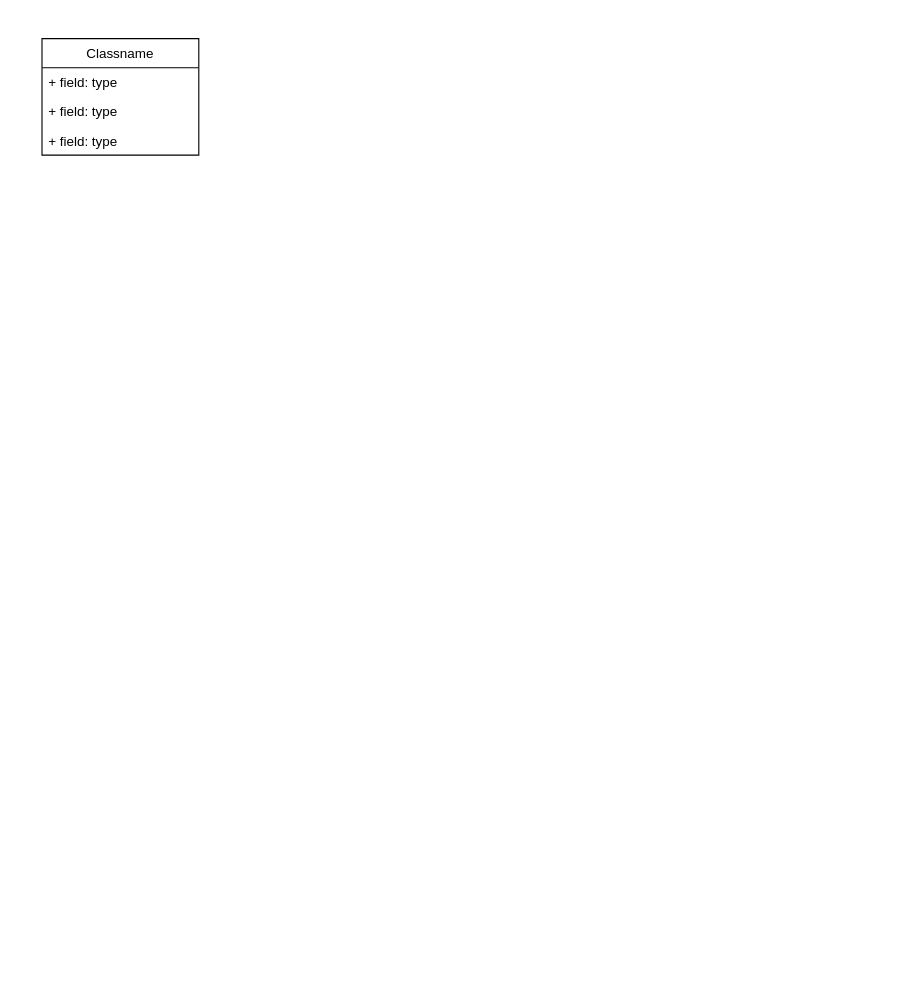
Above: Untitled Diagram.drawio in laautarolopez/grupo9-tpintegrador (draw.io), before the change. Source tidied: cells renumbered, new cells numbered last; positions are measured from the earlier drawing's top-left corner, leaving out a move shared by most shapes. Both pictures are drawn from the tidied source at 112%, with x=0, y=0 at pixel (41, 38).
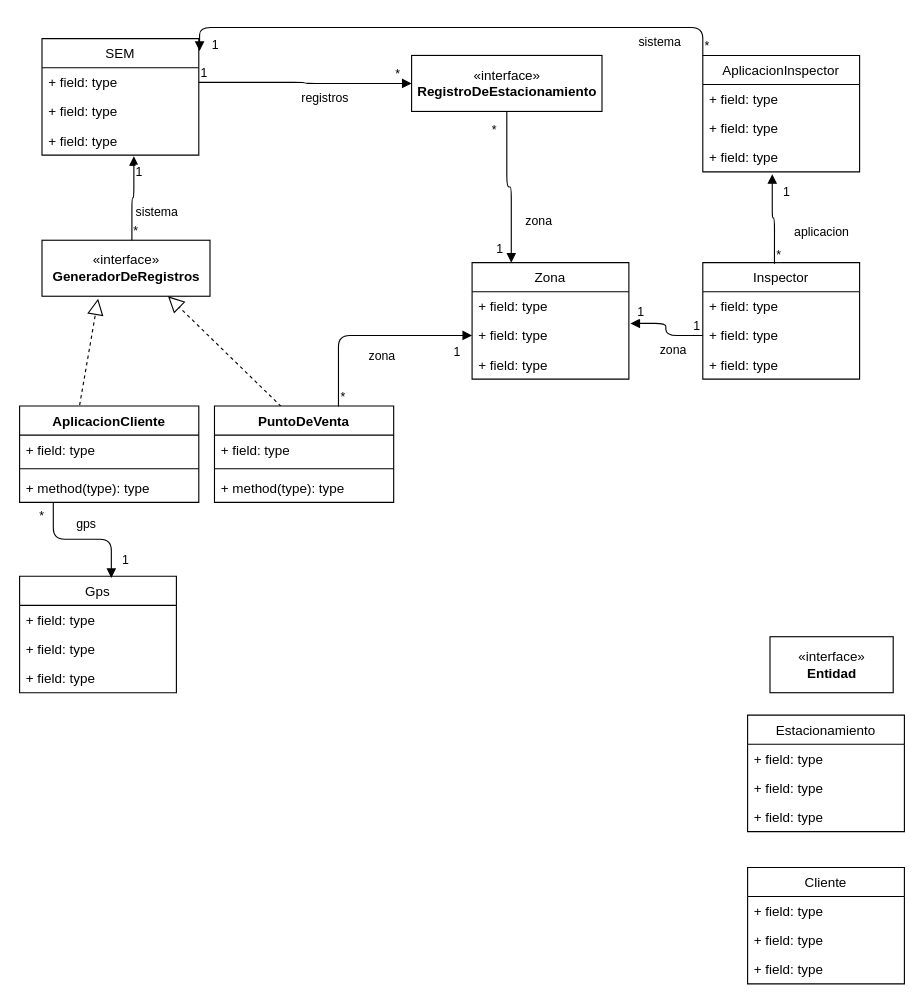
The same diagram, later.

The change refers to these unchanged cells:
```xml
<mxCell id="3" value="+ field: type" style="text;strokeColor=none;fillColor=none;align=left;verticalAlign=top;spacingLeft=4;spacingRight=4;overflow=hidden;points=[[0,0.5],[1,0.5]];portConstraint=eastwest;" parent="2" vertex="1">
  <mxGeometry y="26" width="140" height="26" as="geometry" />
</mxCell>
<mxCell id="5" value="+ field: type" style="text;strokeColor=none;fillColor=none;align=left;verticalAlign=top;spacingLeft=4;spacingRight=4;overflow=hidden;points=[[0,0.5],[1,0.5]];portConstraint=eastwest;" parent="2" vertex="1">
  <mxGeometry y="78" width="140" height="26" as="geometry" />
</mxCell>
```

Diff of the diagram source:
```diff
@@
-    <mxCell id="2" value="Classname" style="swimlane;fontStyle=0;horizontal=1;startSize=26;fillColor=none;" parent="1" vertex="1">
+    <mxCell id="2" value="SEM" style="swimlane;fontStyle=0;horizontal=1;startSize=26;fillColor=none;" parent="1" vertex="1">
       <mxGeometry width="140" height="104" as="geometry" />
     </mxCell>
@@
+    <mxCell id="6" value="«interface»&lt;br&gt;&lt;b&gt;RegistroDeEstacionamiento&lt;/b&gt;" style="html=1;" parent="1" vertex="1">
+      <mxGeometry x="330" y="15" width="170" height="50" as="geometry" />
+    </mxCell>
+    <mxCell id="7" value="registros" style="endArrow=block;endFill=1;html=1;edgeStyle=orthogonalEdgeStyle;align=left;verticalAlign=top;entryX=0;entryY=0.5;entryDx=0;entryDy=0;exitX=1;exitY=0.5;exitDx=0;exitDy=0;" parent="1" edge="1" source="3" target="6">
+      <mxGeometry x="0.01" y="-5" relative="1" as="geometry">
+        <mxPoint x="-5" y="-5" as="offset" />
+      </mxGeometry>
+    </mxCell>
+    <mxCell id="8" value="1" style="edgeLabel;html=1;align=left;verticalAlign=bottom;" parent="7" vertex="1">
+      <mxGeometry x="-1" relative="1" as="geometry" />
+    </mxCell>
+    <mxCell id="9" value="*" style="edgeLabel;html=1;align=left;verticalAlign=bottom;" parent="1" vertex="1">
+      <mxGeometry x="314" y="40" as="geometry" />
+    </mxCell>
+    <mxCell id="10" value="«interface»&lt;br&gt;&lt;b&gt;GeneradorDeRegistros&lt;/b&gt;" style="html=1;" parent="1" vertex="1">
+      <mxGeometry y="180" width="150" height="50" as="geometry" />
+    </mxCell>
+    <mxCell id="11" value="sistema" style="endArrow=block;endFill=1;html=1;edgeStyle=orthogonalEdgeStyle;align=left;verticalAlign=top;exitX=0.535;exitY=0;exitDx=0;exitDy=0;exitPerimeter=0;entryX=0.586;entryY=1.038;entryDx=0;entryDy=0;entryPerimeter=0;" parent="1" edge="1" source="10" target="5">
+      <mxGeometry x="0.04" relative="1" as="geometry" />
+    </mxCell>
+    <mxCell id="12" value="*" style="edgeLabel;html=1;align=left;verticalAlign=bottom;" parent="11" vertex="1">
+      <mxGeometry x="-1" relative="1" as="geometry" />
+    </mxCell>
+    <mxCell id="13" value="1" style="edgeLabel;html=1;align=left;verticalAlign=bottom;" parent="1" vertex="1">
+      <mxGeometry x="90.2" y="200" as="geometry">
+        <mxPoint x="-8" y="-73" as="offset" />
+      </mxGeometry>
+    </mxCell>
+    <mxCell id="14" style="endArrow=block;dashed=1;endFill=0;endSize=12;html=1;entryX=0.75;entryY=1;entryDx=0;entryDy=0;exitX=0.372;exitY=0.005;exitDx=0;exitDy=0;exitPerimeter=0;" parent="1" edge="1" source="20" target="10">
+      <mxGeometry relative="1" as="geometry" />
+    </mxCell>
+    <mxCell id="15" style="endArrow=block;dashed=1;endFill=0;endSize=12;html=1;exitX=0.335;exitY=-0.009;exitDx=0;exitDy=0;exitPerimeter=0;entryX=0.334;entryY=1.044;entryDx=0;entryDy=0;entryPerimeter=0;" parent="1" edge="1" source="16" target="10">
+      <mxGeometry relative="1" as="geometry" />
+    </mxCell>
+    <mxCell id="16" value="AplicacionCliente" style="swimlane;fontStyle=1;align=center;verticalAlign=top;horizontal=1;startSize=26;" parent="1" vertex="1">
+      <mxGeometry x="-20" y="328" width="160" height="86" as="geometry" />
+    </mxCell>
+    <mxCell id="17" value="+ field: type" style="text;strokeColor=none;fillColor=none;align=left;verticalAlign=top;spacingLeft=4;spacingRight=4;overflow=hidden;" parent="16" vertex="1">
+      <mxGeometry y="26" width="160" height="26" as="geometry" />
+    </mxCell>
+    <mxCell id="18" style="line;strokeWidth=1;fillColor=none;align=left;verticalAlign=middle;spacingTop=-1;spacingLeft=3;spacingRight=3;labelPosition=right;" parent="16" vertex="1">
+      <mxGeometry y="52" width="160" height="8" as="geometry" />
+    </mxCell>
+    <mxCell id="19" value="+ method(type): type" style="text;strokeColor=none;fillColor=none;align=left;verticalAlign=top;spacingLeft=4;spacingRight=4;overflow=hidden;points=[[0,0.5],[1,0.5]];portConstraint=eastwest;" parent="16" vertex="1">
+      <mxGeometry y="60" width="160" height="26" as="geometry" />
+    </mxCell>
+    <mxCell id="20" value="PuntoDeVenta" style="swimlane;fontStyle=1;align=center;verticalAlign=top;horizontal=1;startSize=26;" parent="1" vertex="1">
+      <mxGeometry x="154" y="328" width="160" height="86" as="geometry" />
+    </mxCell>
+    <mxCell id="21" value="+ field: type" style="text;strokeColor=none;fillColor=none;align=left;verticalAlign=top;spacingLeft=4;spacingRight=4;overflow=hidden;" parent="20" vertex="1">
+      <mxGeometry y="26" width="160" height="26" as="geometry" />
+    </mxCell>
+    <mxCell id="22" style="line;strokeWidth=1;fillColor=none;align=left;verticalAlign=middle;spacingTop=-1;spacingLeft=3;spacingRight=3;labelPosition=right;" parent="20" vertex="1">
+      <mxGeometry y="52" width="160" height="8" as="geometry" />
+    </mxCell>
+    <mxCell id="23" value="+ method(type): type" style="text;strokeColor=none;fillColor=none;align=left;verticalAlign=top;spacingLeft=4;spacingRight=4;overflow=hidden;" parent="20" vertex="1">
+      <mxGeometry y="60" width="160" height="26" as="geometry" />
+    </mxCell>
+    <mxCell id="24" value="Zona" style="swimlane;fontStyle=0;horizontal=1;startSize=26;fillColor=none;" parent="1" vertex="1">
+      <mxGeometry x="384" y="200" width="140" height="104" as="geometry" />
+    </mxCell>
+    <mxCell id="25" value="+ field: type" style="text;strokeColor=none;fillColor=none;align=left;verticalAlign=top;spacingLeft=4;spacingRight=4;overflow=hidden;" parent="24" vertex="1">
+      <mxGeometry y="26" width="140" height="26" as="geometry" />
+    </mxCell>
+    <mxCell id="26" value="+ field: type" style="text;strokeColor=none;fillColor=none;align=left;verticalAlign=top;spacingLeft=4;spacingRight=4;overflow=hidden;points=[[0,0.5],[1,0.5]];portConstraint=eastwest;" parent="24" vertex="1">
+      <mxGeometry y="52" width="140" height="26" as="geometry" />
+    </mxCell>
+    <mxCell id="27" value="+ field: type" style="text;strokeColor=none;fillColor=none;align=left;verticalAlign=top;spacingLeft=4;spacingRight=4;overflow=hidden;" parent="24" vertex="1">
+      <mxGeometry y="78" width="140" height="26" as="geometry" />
+    </mxCell>
+    <mxCell id="28" value="Gps" style="swimlane;fontStyle=0;horizontal=1;startSize=26;fillColor=none;" parent="1" vertex="1">
+      <mxGeometry x="-20" y="480" width="140" height="104" as="geometry" />
+    </mxCell>
+    <mxCell id="29" value="+ field: type" style="text;strokeColor=none;fillColor=none;align=left;verticalAlign=top;spacingLeft=4;spacingRight=4;overflow=hidden;" parent="28" vertex="1">
+      <mxGeometry y="26" width="140" height="26" as="geometry" />
+    </mxCell>
+    <mxCell id="30" value="+ field: type" style="text;strokeColor=none;fillColor=none;align=left;verticalAlign=top;spacingLeft=4;spacingRight=4;overflow=hidden;" parent="28" vertex="1">
+      <mxGeometry y="52" width="140" height="26" as="geometry" />
+    </mxCell>
+    <mxCell id="31" value="+ field: type" style="text;strokeColor=none;fillColor=none;align=left;verticalAlign=top;spacingLeft=4;spacingRight=4;overflow=hidden;" parent="28" vertex="1">
+      <mxGeometry y="78" width="140" height="26" as="geometry" />
+    </mxCell>
+    <mxCell id="32" value="gps" style="endArrow=block;endFill=1;html=1;edgeStyle=orthogonalEdgeStyle;align=left;verticalAlign=top;exitX=0.188;exitY=1.02;exitDx=0;exitDy=0;exitPerimeter=0;entryX=0.585;entryY=0.015;entryDx=0;entryDy=0;entryPerimeter=0;" parent="1" edge="1" source="19" target="28">
+      <mxGeometry x="-0.12" y="27" relative="1" as="geometry">
+        <mxPoint x="-1" as="offset" />
+      </mxGeometry>
+    </mxCell>
+    <mxCell id="33" value="*" style="edgeLabel;html=1;align=left;verticalAlign=bottom;" parent="32" vertex="1">
+      <mxGeometry x="-1" relative="1" as="geometry">
+        <mxPoint x="-14" y="19" as="offset" />
+      </mxGeometry>
+    </mxCell>
+    <mxCell id="34" value="1" style="edgeLabel;html=1;align=left;verticalAlign=bottom;" parent="1" vertex="1">
+      <mxGeometry x="10" y="450" as="geometry">
+        <mxPoint x="60" y="24" as="offset" />
+      </mxGeometry>
+    </mxCell>
+    <mxCell id="35" value="zona" style="endArrow=block;endFill=1;html=1;edgeStyle=orthogonalEdgeStyle;align=left;verticalAlign=top;exitX=0.692;exitY=0.005;exitDx=0;exitDy=0;exitPerimeter=0;" parent="1" edge="1" source="20" target="26">
+      <mxGeometry x="-0.36" y="-25" relative="1" as="geometry" />
+    </mxCell>
+    <mxCell id="36" value="*" style="edgeLabel;html=1;align=left;verticalAlign=bottom;" parent="35" vertex="1">
+      <mxGeometry x="-1" relative="1" as="geometry" />
+    </mxCell>
+    <mxCell id="37" value="1" style="edgeLabel;html=1;align=left;verticalAlign=bottom;" parent="1" vertex="1">
+      <mxGeometry x="274.7" y="338.4" as="geometry">
+        <mxPoint x="91" y="-50" as="offset" />
+      </mxGeometry>
+    </mxCell>
+    <mxCell id="38" value="zona" style="endArrow=block;endFill=1;html=1;edgeStyle=orthogonalEdgeStyle;align=left;verticalAlign=top;exitX=0.5;exitY=1;exitDx=0;exitDy=0;entryX=0.25;entryY=0;entryDx=0;entryDy=0;" parent="1" edge="1" source="6" target="24">
+      <mxGeometry x="0.28" y="11" relative="1" as="geometry" />
+    </mxCell>
+    <mxCell id="39" value="*" style="edgeLabel;html=1;align=left;verticalAlign=bottom;" parent="38" vertex="1">
+      <mxGeometry x="-1" relative="1" as="geometry">
+        <mxPoint x="-15" y="25" as="offset" />
+      </mxGeometry>
+    </mxCell>
+    <mxCell id="40" value="1" style="edgeLabel;html=1;align=left;verticalAlign=bottom;" parent="1" vertex="1">
+      <mxGeometry x="410" y="100" as="geometry">
+        <mxPoint x="-6" y="96" as="offset" />
+      </mxGeometry>
+    </mxCell>
+    <mxCell id="41" value="AplicacionInspector" style="swimlane;fontStyle=0;horizontal=1;startSize=26;fillColor=none;" parent="1" vertex="1">
+      <mxGeometry x="590" y="15" width="140" height="104" as="geometry" />
+    </mxCell>
+    <mxCell id="42" value="+ field: type" style="text;strokeColor=none;fillColor=none;align=left;verticalAlign=top;spacingLeft=4;spacingRight=4;overflow=hidden;" parent="41" vertex="1">
+      <mxGeometry y="26" width="140" height="26" as="geometry" />
+    </mxCell>
+    <mxCell id="43" value="+ field: type" style="text;strokeColor=none;fillColor=none;align=left;verticalAlign=top;spacingLeft=4;spacingRight=4;overflow=hidden;" parent="41" vertex="1">
+      <mxGeometry y="52" width="140" height="26" as="geometry" />
+    </mxCell>
+    <mxCell id="44" value="+ field: type" style="text;strokeColor=none;fillColor=none;align=left;verticalAlign=top;spacingLeft=4;spacingRight=4;overflow=hidden;points=[[0,0.5],[1,0.5]];portConstraint=eastwest;" parent="41" vertex="1">
+      <mxGeometry y="78" width="140" height="26" as="geometry" />
+    </mxCell>
+    <mxCell id="45" value="Cliente" style="swimlane;fontStyle=0;horizontal=1;startSize=26;fillColor=none;" parent="1" vertex="1">
+      <mxGeometry x="630" y="740" width="140" height="104" as="geometry" />
+    </mxCell>
+    <mxCell id="46" value="+ field: type" style="text;strokeColor=none;fillColor=none;align=left;verticalAlign=top;spacingLeft=4;spacingRight=4;overflow=hidden;" parent="45" vertex="1">
+      <mxGeometry y="26" width="140" height="26" as="geometry" />
+    </mxCell>
+    <mxCell id="47" value="+ field: type" style="text;strokeColor=none;fillColor=none;align=left;verticalAlign=top;spacingLeft=4;spacingRight=4;overflow=hidden;" parent="45" vertex="1">
+      <mxGeometry y="52" width="140" height="26" as="geometry" />
+    </mxCell>
+    <mxCell id="48" value="+ field: type" style="text;strokeColor=none;fillColor=none;align=left;verticalAlign=top;spacingLeft=4;spacingRight=4;overflow=hidden;" parent="45" vertex="1">
+      <mxGeometry y="78" width="140" height="26" as="geometry" />
+    </mxCell>
+    <mxCell id="49" value="Estacionamiento" style="swimlane;fontStyle=0;horizontal=1;startSize=26;fillColor=none;" parent="1" vertex="1">
+      <mxGeometry x="630" y="604" width="140" height="104" as="geometry" />
+    </mxCell>
+    <mxCell id="50" value="+ field: type" style="text;strokeColor=none;fillColor=none;align=left;verticalAlign=top;spacingLeft=4;spacingRight=4;overflow=hidden;" parent="49" vertex="1">
+      <mxGeometry y="26" width="140" height="26" as="geometry" />
+    </mxCell>
+    <mxCell id="51" value="+ field: type" style="text;strokeColor=none;fillColor=none;align=left;verticalAlign=top;spacingLeft=4;spacingRight=4;overflow=hidden;" parent="49" vertex="1">
+      <mxGeometry y="52" width="140" height="26" as="geometry" />
+    </mxCell>
+    <mxCell id="52" value="+ field: type" style="text;strokeColor=none;fillColor=none;align=left;verticalAlign=top;spacingLeft=4;spacingRight=4;overflow=hidden;" parent="49" vertex="1">
+      <mxGeometry y="78" width="140" height="26" as="geometry" />
+    </mxCell>
+    <mxCell id="53" value="Inspector" style="swimlane;fontStyle=0;horizontal=1;startSize=26;fillColor=none;" parent="1" vertex="1">
+      <mxGeometry x="590" y="200" width="140" height="104" as="geometry" />
+    </mxCell>
+    <mxCell id="54" value="+ field: type" style="text;strokeColor=none;fillColor=none;align=left;verticalAlign=top;spacingLeft=4;spacingRight=4;overflow=hidden;" parent="53" vertex="1">
+      <mxGeometry y="26" width="140" height="26" as="geometry" />
+    </mxCell>
+    <mxCell id="55" value="+ field: type" style="text;strokeColor=none;fillColor=none;align=left;verticalAlign=top;spacingLeft=4;spacingRight=4;overflow=hidden;points=[[0,0.5],[1,0.5]];portConstraint=eastwest;" parent="53" vertex="1">
+      <mxGeometry y="52" width="140" height="26" as="geometry" />
+    </mxCell>
+    <mxCell id="56" value="+ field: type" style="text;strokeColor=none;fillColor=none;align=left;verticalAlign=top;spacingLeft=4;spacingRight=4;overflow=hidden;" parent="53" vertex="1">
+      <mxGeometry y="78" width="140" height="26" as="geometry" />
+    </mxCell>
+    <mxCell id="57" value="sistema" style="endArrow=block;endFill=1;html=1;edgeStyle=orthogonalEdgeStyle;align=left;verticalAlign=top;entryX=1.005;entryY=0.106;entryDx=0;entryDy=0;entryPerimeter=0;exitX=0;exitY=0;exitDx=0;exitDy=0;" parent="1" edge="1" source="41" target="2">
+      <mxGeometry x="-0.66" relative="1" as="geometry">
+        <Array as="points">
+          <mxPoint x="590" y="-10" />
+          <mxPoint x="141" y="-10" />
+        </Array>
+      </mxGeometry>
+    </mxCell>
+    <mxCell id="58" value="*" style="edgeLabel;html=1;align=left;verticalAlign=bottom;" parent="57" vertex="1">
+      <mxGeometry x="-1" relative="1" as="geometry" />
+    </mxCell>
+    <mxCell id="59" value="1" style="edgeLabel;html=1;align=left;verticalAlign=bottom;" parent="1" vertex="1">
+      <mxGeometry x="580" y="25" as="geometry">
+        <mxPoint x="-430" y="-11" as="offset" />
+      </mxGeometry>
+    </mxCell>
+    <mxCell id="60" value="aplicacion" style="endArrow=block;endFill=1;html=1;edgeStyle=orthogonalEdgeStyle;align=left;verticalAlign=top;entryX=0.443;entryY=1.077;entryDx=0;entryDy=0;entryPerimeter=0;exitX=0.457;exitY=0.01;exitDx=0;exitDy=0;exitPerimeter=0;" parent="1" edge="1" source="53" target="44">
+      <mxGeometry y="-16" relative="1" as="geometry">
+        <Array as="points">
+          <mxPoint x="654" y="160" />
+          <mxPoint x="652" y="160" />
+        </Array>
+        <mxPoint x="16" y="16" as="offset" />
+      </mxGeometry>
+    </mxCell>
+    <mxCell id="61" value="*" style="edgeLabel;html=1;align=left;verticalAlign=bottom;" parent="60" vertex="1">
+      <mxGeometry x="-1" relative="1" as="geometry" />
+    </mxCell>
+    <mxCell id="62" value="1" style="edgeLabel;html=1;align=left;verticalAlign=bottom;" parent="1" vertex="1">
+      <mxGeometry x="660" y="145" as="geometry" />
+    </mxCell>
+    <mxCell id="63" value="«interface»&lt;br&gt;&lt;b&gt;Entidad&lt;/b&gt;" style="html=1;" parent="1" vertex="1">
+      <mxGeometry x="650" y="534" width="110" height="50" as="geometry" />
+    </mxCell>
+    <mxCell id="64" value="zona" style="endArrow=block;endFill=1;html=1;edgeStyle=orthogonalEdgeStyle;align=left;verticalAlign=top;entryX=1.01;entryY=0.086;entryDx=0;entryDy=0;entryPerimeter=0;exitX=0;exitY=0.5;exitDx=0;exitDy=0;" parent="1" edge="1" source="55" target="26">
+      <mxGeometry x="-0.12" y="7" relative="1" as="geometry" />
+    </mxCell>
+    <mxCell id="65" value="1" style="edgeLabel;html=1;align=left;verticalAlign=bottom;" parent="64" vertex="1">
+      <mxGeometry x="-1" relative="1" as="geometry">
+        <mxPoint x="-10" as="offset" />
+      </mxGeometry>
+    </mxCell>
+    <mxCell id="66" value="1" style="edgeLabel;html=1;align=left;verticalAlign=bottom;" parent="1" vertex="1">
+      <mxGeometry x="530" y="252" as="geometry" />
+    </mxCell>
```
